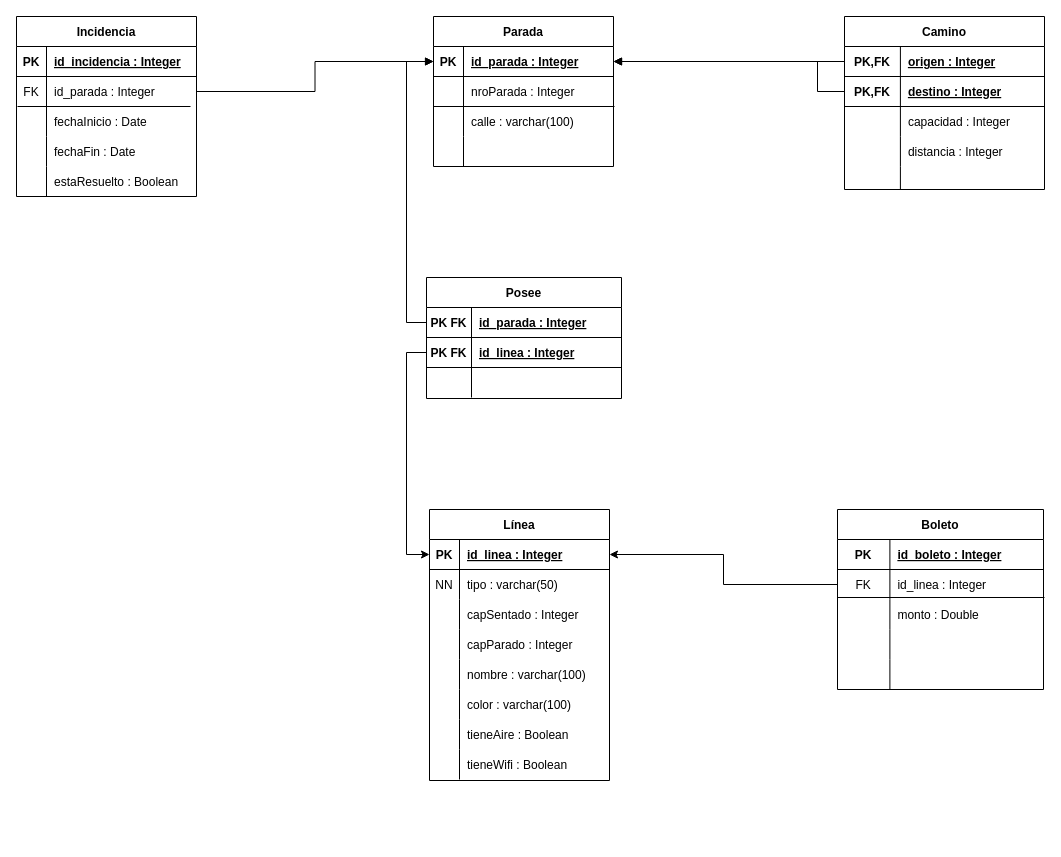
Earlier version of the draw.io diagram tablas.drawio (Totremont/TP-Java-JGraph). Source tidied: cells renumbered, new cells numbered last; positions are measured from the earlier drawing's top-left corner, leaving out a move shared by most shapes. Both pictures are drawn from the tidied source at 100%, with x=0, y=0 at pixel (16, 16).
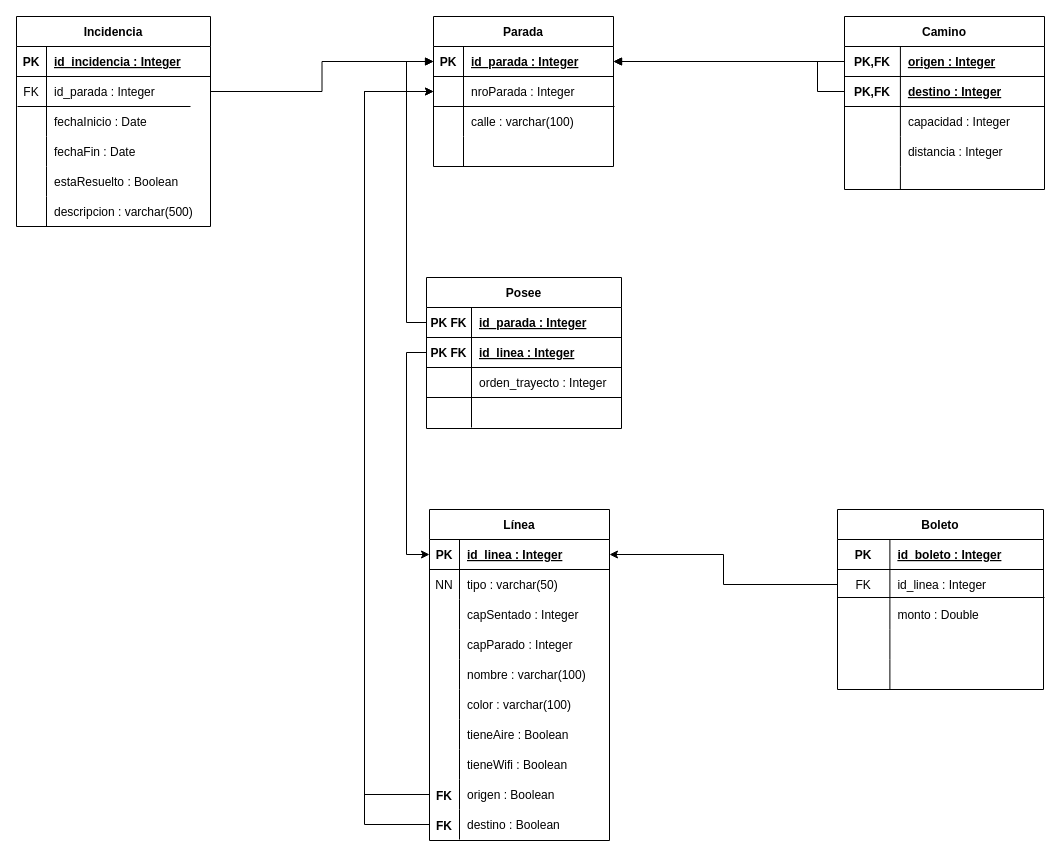
The same page after the edit.

Unchanged cells that the change refers to:
```xml
<mxCell id="22" style="shape=tableRow;horizontal=0;startSize=0;swimlaneHead=0;swimlaneBody=0;fillColor=none;points=[[0,0.5],[1,0.5]];portConstraint=eastwest;top=0;left=0;right=0;bottom=0;" parent="18" vertex="1">
  <mxGeometry y="60" width="180" height="30" as="geometry" />
</mxCell>
```

Diff of the diagram source:
```diff
@@
     <mxCell id="2" value="Incidencia" style="shape=table;startSize=30;childLayout=tableLayout;rowLines=0;fontStyle=1;align=center;" parent="1" vertex="1">
-      <mxGeometry width="180" height="180" as="geometry" />
+      <mxGeometry width="194" height="210" as="geometry" />
     </mxCell>
     <mxCell id="3" style="shape=tableRow;horizontal=0;startSize=0;swimlaneHead=0;swimlaneBody=0;fillColor=none;top=0;left=0;right=0;bottom=1;" parent="2" vertex="1">
-      <mxGeometry y="30" width="180" height="30" as="geometry" />
+      <mxGeometry y="30" width="194" height="30" as="geometry" />
     </mxCell>
@@
     <mxCell id="5" value="id_incidencia : Integer" style="shape=partialRectangle;fillColor=none;top=0;left=0;bottom=0;right=0;align=left;spacingLeft=6;fontStyle=5;overflow=hidden;" parent="3" vertex="1">
-      <mxGeometry x="30" width="150" height="30" as="geometry" />
+      <mxGeometry x="30" width="164" height="30" as="geometry" />
     </mxCell>
     <mxCell id="6" style="shape=tableRow;horizontal=0;startSize=0;swimlaneHead=0;swimlaneBody=0;fillColor=none;points=[[0,0.5],[1,0.5]];portConstraint=eastwest;top=0;left=0;right=0;bottom=0;" parent="2" vertex="1">
-      <mxGeometry y="60" width="180" height="30" as="geometry" />
+      <mxGeometry y="60" width="194" height="30" as="geometry" />
     </mxCell>
@@
     <mxCell id="8" value="id_parada : Integer" style="shape=partialRectangle;fillColor=none;top=0;left=0;bottom=0;right=0;align=left;spacingLeft=6;fontStyle=0;overflow=hidden;" parent="6" vertex="1">
-      <mxGeometry x="30" width="150" height="30" as="geometry" />
+      <mxGeometry x="30" width="164" height="30" as="geometry" />
     </mxCell>
     <mxCell id="9" style="shape=tableRow;horizontal=0;startSize=0;swimlaneHead=0;swimlaneBody=0;fillColor=none;top=0;left=0;right=0;bottom=0;" parent="2" vertex="1">
-      <mxGeometry y="90" width="180" height="30" as="geometry" />
+      <mxGeometry y="90" width="194" height="30" as="geometry" />
     </mxCell>
@@
     <mxCell id="11" value="fechaInicio : Date" style="shape=partialRectangle;fillColor=none;top=0;left=0;bottom=0;right=0;align=left;spacingLeft=6;overflow=hidden;" parent="9" vertex="1">
-      <mxGeometry x="30" width="150" height="30" as="geometry" />
+      <mxGeometry x="30" width="164" height="30" as="geometry" />
     </mxCell>
     <mxCell id="12" style="shape=tableRow;horizontal=0;startSize=0;swimlaneHead=0;swimlaneBody=0;fillColor=none;top=0;left=0;right=0;bottom=0;" parent="2" vertex="1">
-      <mxGeometry y="120" width="180" height="30" as="geometry" />
+      <mxGeometry y="120" width="194" height="30" as="geometry" />
     </mxCell>
@@
     <mxCell id="14" value="fechaFin : Date" style="shape=partialRectangle;fillColor=none;top=0;left=0;bottom=0;right=0;align=left;spacingLeft=6;overflow=hidden;" parent="12" vertex="1">
-      <mxGeometry x="30" width="150" height="30" as="geometry" />
+      <mxGeometry x="30" width="164" height="30" as="geometry" />
     </mxCell>
     <mxCell id="15" style="shape=tableRow;horizontal=0;startSize=0;swimlaneHead=0;swimlaneBody=0;fillColor=none;top=0;left=0;right=0;bottom=0;" parent="2" vertex="1">
-      <mxGeometry y="150" width="180" height="30" as="geometry" />
+      <mxGeometry y="150" width="194" height="30" as="geometry" />
     </mxCell>
@@
     <mxCell id="17" value="estaResuelto : Boolean" style="shape=partialRectangle;fillColor=none;top=0;left=0;bottom=0;right=0;align=left;spacingLeft=6;overflow=hidden;" parent="15" vertex="1">
-      <mxGeometry x="30" width="150" height="30" as="geometry" />
+      <mxGeometry x="30" width="164" height="30" as="geometry" />
     </mxCell>
+    <mxCell id="107" style="shape=tableRow;horizontal=0;startSize=0;swimlaneHead=0;swimlaneBody=0;fillColor=none;top=0;left=0;right=0;bottom=0;" parent="2" vertex="1">
+      <mxGeometry y="180" width="194" height="30" as="geometry" />
+    </mxCell>
+    <mxCell id="108" style="shape=partialRectangle;fillColor=none;top=0;left=0;bottom=0;right=0;overflow=hidden;" parent="107" vertex="1">
+      <mxGeometry width="30" height="30" as="geometry" />
+    </mxCell>
+    <mxCell id="109" value="descripcion : varchar(500)" style="shape=partialRectangle;fillColor=none;top=0;left=0;bottom=0;right=0;align=left;spacingLeft=6;overflow=hidden;" parent="107" vertex="1">
+      <mxGeometry x="30" width="164" height="30" as="geometry" />
+    </mxCell>
@@
     <mxCell id="51" value="Línea" style="shape=table;startSize=30;childLayout=tableLayout;rowLines=0;fontStyle=1;align=center;" parent="1" vertex="1">
-      <mxGeometry x="413" y="493" width="180" height="271" as="geometry" />
+      <mxGeometry x="413" y="493" width="180" height="331" as="geometry" />
     </mxCell>
@@
+    <mxCell id="110" style="shape=tableRow;horizontal=0;startSize=0;swimlaneHead=0;swimlaneBody=0;fillColor=none;points=[[0,0.5],[1,0.5]];portConstraint=eastwest;top=0;left=0;right=0;bottom=0;" parent="51" vertex="1">
+      <mxGeometry y="270" width="180" height="30" as="geometry" />
+    </mxCell>
+    <mxCell id="111" style="shape=partialRectangle;fillColor=none;top=0;left=0;bottom=0;right=0;overflow=hidden;" parent="110" vertex="1">
+      <mxGeometry width="30" height="30" as="geometry" />
+    </mxCell>
+    <mxCell id="112" value="origen : Boolean" style="shape=partialRectangle;fillColor=none;top=0;left=0;bottom=0;right=0;align=left;spacingLeft=6;overflow=hidden;" parent="110" vertex="1">
+      <mxGeometry x="30" width="150" height="30" as="geometry" />
+    </mxCell>
+    <mxCell id="113" style="shape=tableRow;horizontal=0;startSize=0;swimlaneHead=0;swimlaneBody=0;fillColor=none;points=[[0,0.5],[1,0.5]];portConstraint=eastwest;top=0;left=0;right=0;bottom=0;" parent="51" vertex="1">
+      <mxGeometry y="300" width="180" height="30" as="geometry" />
+    </mxCell>
+    <mxCell id="114" style="shape=partialRectangle;fillColor=none;top=0;left=0;bottom=0;right=0;overflow=hidden;" parent="113" vertex="1">
+      <mxGeometry width="30" height="30" as="geometry" />
+    </mxCell>
+    <mxCell id="115" value="destino : Boolean" style="shape=partialRectangle;fillColor=none;top=0;left=0;bottom=0;right=0;align=left;spacingLeft=6;overflow=hidden;" parent="113" vertex="1">
+      <mxGeometry x="30" width="150" height="30" as="geometry" />
+    </mxCell>
@@
     <mxCell id="94" value="Posee" style="shape=table;startSize=30;childLayout=tableLayout;rowLines=0;fontStyle=1;align=center;" parent="1" vertex="1">
-      <mxGeometry x="410" y="261" width="195" height="121" as="geometry" />
+      <mxGeometry x="410" y="261" width="195" height="151" as="geometry" />
     </mxCell>
@@
+    <mxCell id="116" style="shape=tableRow;horizontal=0;startSize=0;swimlaneHead=0;swimlaneBody=0;fillColor=none;top=0;left=0;right=0;bottom=1;" parent="94" vertex="1">
+      <mxGeometry y="90" width="195" height="30" as="geometry" />
+    </mxCell>
+    <mxCell id="117" style="shape=partialRectangle;fillColor=none;top=0;left=0;bottom=0;right=0;fontStyle=1;overflow=hidden;" parent="116" vertex="1">
+      <mxGeometry width="45" height="30" as="geometry" />
+    </mxCell>
+    <mxCell id="118" value="orden_trayecto : Integer" style="shape=partialRectangle;fillColor=none;top=0;left=0;bottom=0;right=0;align=left;spacingLeft=6;fontStyle=0;overflow=hidden;" parent="116" vertex="1">
+      <mxGeometry x="45" width="150" height="30" as="geometry" />
+    </mxCell>
     <mxCell id="101" style="shape=tableRow;horizontal=0;startSize=0;swimlaneHead=0;swimlaneBody=0;fillColor=none;top=0;left=0;right=0;bottom=0;" parent="94" vertex="1">
-      <mxGeometry y="90" width="195" height="30" as="geometry" />
+      <mxGeometry y="120" width="195" height="30" as="geometry" />
     </mxCell>
@@
+    <mxCell id="119" value="FK" style="shape=partialRectangle;fillColor=none;top=0;left=0;bottom=0;right=0;fontStyle=1;overflow=hidden;" parent="1" vertex="1">
+      <mxGeometry x="413" y="764" width="30" height="30" as="geometry" />
+    </mxCell>
+    <mxCell id="120" value="FK" style="shape=partialRectangle;fillColor=none;top=0;left=0;bottom=0;right=0;fontStyle=1;overflow=hidden;" parent="1" vertex="1">
+      <mxGeometry x="413" y="794" width="30" height="30" as="geometry" />
+    </mxCell>
+    <mxCell id="121" style="edgeStyle=orthogonalEdgeStyle;rounded=0;jettySize=auto;html=1;exitX=0;exitY=0.5;exitDx=0;exitDy=0;entryX=0;entryY=0.5;entryDx=0;entryDy=0;" parent="1" edge="1" source="110" target="22">
+      <mxGeometry relative="1" as="geometry">
+        <Array as="points">
+          <mxPoint x="348" y="778" />
+          <mxPoint x="348" y="75" />
+        </Array>
+      </mxGeometry>
+    </mxCell>
+    <mxCell id="122" style="edgeStyle=orthogonalEdgeStyle;rounded=0;jettySize=auto;html=1;exitX=0;exitY=0.5;exitDx=0;exitDy=0;entryX=0;entryY=0.5;entryDx=0;entryDy=0;" parent="1" edge="1" source="113" target="22">
+      <mxGeometry relative="1" as="geometry">
+        <Array as="points">
+          <mxPoint x="348" y="808" />
+          <mxPoint x="348" y="75" />
+        </Array>
+      </mxGeometry>
+    </mxCell>
```
